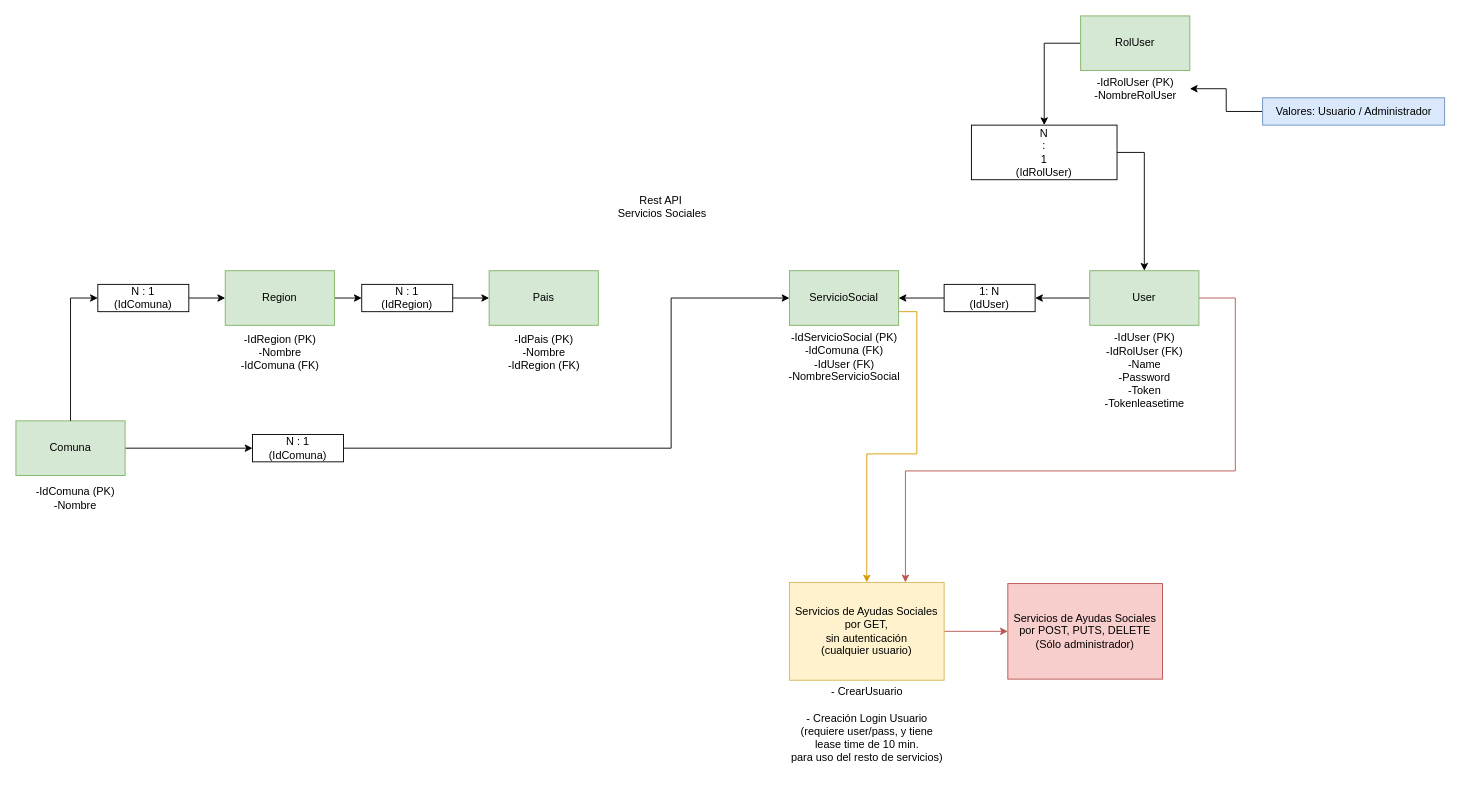
Above: RestAPISwagger/UML.drawio in jp1988chill/testlisit (draw.io), before the change. Source tidied: cells renumbered, new cells numbered last; positions are measured from the earlier drawing's top-left corner, leaving out a move shared by most shapes. Both pictures are drawn from the tidied source at 91%, with x=0, y=0 at pixel (15, 15).
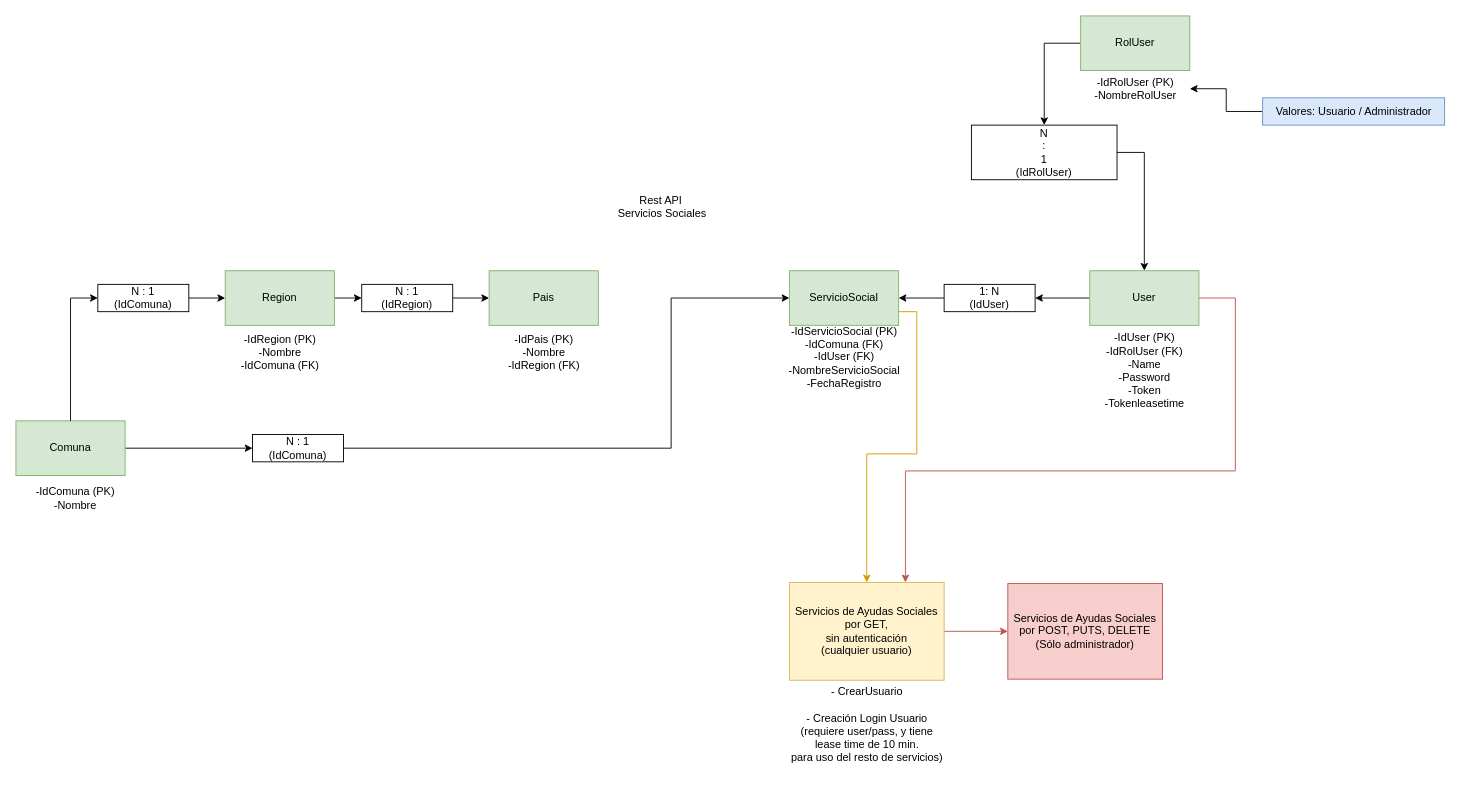
After the change.

Change to the diagram source:
```diff
@@
-    <mxCell id="8" value="-IdServicioSocial (PK)&lt;div&gt;-IdComuna (FK)&lt;/div&gt;&lt;div&gt;-IdUser (FK)&lt;/div&gt;&lt;div&gt;-NombreServicioSocial&lt;/div&gt;" style="text;html=1;align=center;verticalAlign=middle;strokeColor=none;fillColor=none;" parent="1" vertex="1">
-      <mxGeometry x="835" y="340" width="150" height="70" as="geometry" />
+    <mxCell id="8" value="-IdServicioSocial (PK)&lt;div&gt;-IdComuna (FK)&lt;/div&gt;&lt;div&gt;-IdUser (FK)&lt;/div&gt;&lt;div&gt;-NombreServicioSocial&lt;/div&gt;&lt;div&gt;-FechaRegistro&lt;/div&gt;" style="text;html=1;align=center;verticalAlign=middle;strokeColor=none;fillColor=none;" parent="1" vertex="1">
+      <mxGeometry x="835" y="330" width="150" height="90" as="geometry" />
     </mxCell>
```
